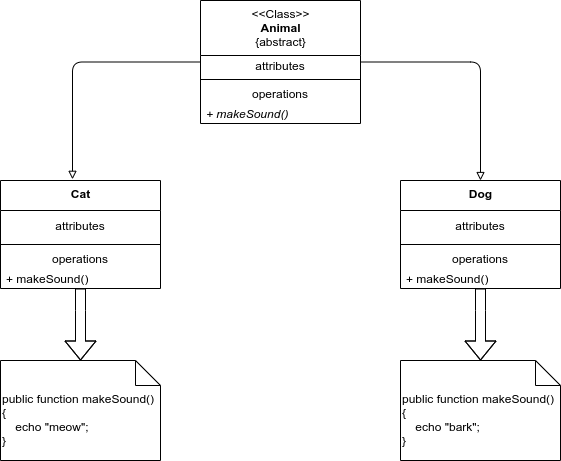
Earlier version of the draw.io export OOP/Polymorphism/Polymorphism.drawio.png (felipeAraujo/uml-schemas). Source tidied: cells renumbered, new cells last; positions are measured from the earlier drawing's top-left corner, leaving out a move shared by most shapes. The source it was exported from:
```xml
<mxGraphModel>
  <root>
    <mxCell id="0" />
    <mxCell id="1" parent="0" />
    <mxCell id="2" style="edgeStyle=orthogonalEdgeStyle;rounded=1;jettySize=auto;html=1;endArrow=block;endFill=0;strokeWidth=1;" parent="1" edge="1" source="4" target="14">
      <mxGeometry relative="1" as="geometry">
        <Array as="points">
          <mxPoint x="480" y="62" />
        </Array>
      </mxGeometry>
    </mxCell>
    <mxCell id="3" style="edgeStyle=orthogonalEdgeStyle;rounded=1;jettySize=auto;html=1;entryX=0.45;entryY=-0.011;entryDx=0;entryDy=0;entryPerimeter=0;endArrow=block;endFill=0;" parent="1" edge="1" source="4" target="9">
      <mxGeometry relative="1" as="geometry" />
    </mxCell>
    <mxCell id="4" value="&amp;lt;&amp;lt;Class&amp;gt;&amp;gt;&lt;br&gt;&lt;b&gt;Animal&lt;/b&gt;&lt;br&gt;{abstract}" style="swimlane;fontStyle=0;align=center;verticalAlign=top;horizontal=1;startSize=55;html=1;" parent="1" vertex="1">
      <mxGeometry x="200" width="160" height="123" as="geometry" />
    </mxCell>
    <mxCell id="5" value="attributes" style="text;html=1;strokeColor=none;fillColor=none;align=center;verticalAlign=middle;spacingLeft=4;spacingRight=4;overflow=hidden;" parent="4" vertex="1">
      <mxGeometry y="55" width="160" height="20" as="geometry" />
    </mxCell>
    <mxCell id="6" style="line;strokeWidth=1;fillColor=none;align=left;verticalAlign=middle;spacingTop=-1;spacingLeft=3;spacingRight=3;labelPosition=right;" parent="4" vertex="1">
      <mxGeometry y="75" width="160" height="8" as="geometry" />
    </mxCell>
    <mxCell id="7" value="operations" style="text;html=1;strokeColor=none;fillColor=none;align=center;verticalAlign=middle;spacingLeft=4;spacingRight=4;overflow=hidden;" parent="4" vertex="1">
      <mxGeometry y="83" width="160" height="20" as="geometry" />
    </mxCell>
    <mxCell id="8" value="&lt;i&gt;+ makeSound()&lt;/i&gt;" style="text;html=1;strokeColor=none;fillColor=none;align=left;verticalAlign=middle;spacingLeft=4;spacingRight=4;overflow=hidden;" parent="4" vertex="1">
      <mxGeometry y="103" width="160" height="20" as="geometry" />
    </mxCell>
    <mxCell id="9" value="&lt;b&gt;Cat&lt;/b&gt;" style="swimlane;fontStyle=0;align=center;verticalAlign=top;horizontal=1;startSize=30;html=1;" parent="1" vertex="1">
      <mxGeometry y="180" width="160" height="108" as="geometry" />
    </mxCell>
    <mxCell id="10" value="attributes" style="text;html=1;strokeColor=none;fillColor=none;align=center;verticalAlign=middle;spacingLeft=4;spacingRight=4;overflow=hidden;" parent="9" vertex="1">
      <mxGeometry y="30" width="160" height="30" as="geometry" />
    </mxCell>
    <mxCell id="11" style="line;strokeWidth=1;fillColor=none;align=left;verticalAlign=middle;spacingTop=-1;spacingLeft=3;spacingRight=3;labelPosition=right;" parent="9" vertex="1">
      <mxGeometry y="60" width="160" height="8" as="geometry" />
    </mxCell>
    <mxCell id="12" value="operations" style="text;html=1;strokeColor=none;fillColor=none;align=center;verticalAlign=middle;spacingLeft=4;spacingRight=4;overflow=hidden;" parent="9" vertex="1">
      <mxGeometry y="68" width="160" height="20" as="geometry" />
    </mxCell>
    <mxCell id="13" value="+ makeSound()" style="text;html=1;strokeColor=none;fillColor=none;align=left;verticalAlign=middle;spacingLeft=4;spacingRight=4;overflow=hidden;points=[[0,0.5],[1,0.5]];portConstraint=eastwest;" parent="9" vertex="1">
      <mxGeometry y="88" width="160" height="20" as="geometry" />
    </mxCell>
    <mxCell id="14" value="&lt;b&gt;Dog&lt;br&gt;&lt;/b&gt;" style="swimlane;fontStyle=0;align=center;verticalAlign=top;horizontal=1;startSize=30;html=1;" parent="1" vertex="1">
      <mxGeometry x="400" y="180" width="160" height="108" as="geometry" />
    </mxCell>
    <mxCell id="15" value="attributes" style="text;html=1;strokeColor=none;fillColor=none;align=center;verticalAlign=middle;spacingLeft=4;spacingRight=4;overflow=hidden;" parent="14" vertex="1">
      <mxGeometry y="30" width="160" height="30" as="geometry" />
    </mxCell>
    <mxCell id="16" style="line;strokeWidth=1;fillColor=none;align=left;verticalAlign=middle;spacingTop=-1;spacingLeft=3;spacingRight=3;labelPosition=right;" parent="14" vertex="1">
      <mxGeometry y="60" width="160" height="8" as="geometry" />
    </mxCell>
    <mxCell id="17" value="operations" style="text;html=1;strokeColor=none;fillColor=none;align=center;verticalAlign=middle;spacingLeft=4;spacingRight=4;overflow=hidden;" parent="14" vertex="1">
      <mxGeometry y="68" width="160" height="20" as="geometry" />
    </mxCell>
    <mxCell id="18" value="+ makeSound()" style="text;html=1;strokeColor=none;fillColor=none;align=left;verticalAlign=middle;spacingLeft=4;spacingRight=4;overflow=hidden;points=[[0,0.5],[1,0.5]];portConstraint=eastwest;" parent="14" vertex="1">
      <mxGeometry y="88" width="160" height="20" as="geometry" />
    </mxCell>
    <mxCell id="19" value="public function makeSound()&lt;br&gt;&lt;div&gt;&lt;span&gt;{&lt;/span&gt;&lt;/div&gt;&lt;div&gt;&lt;span&gt;&amp;nbsp; &amp;nbsp; echo &quot;meow&quot;;&lt;/span&gt;&lt;/div&gt;}" style="shape=note2;boundedLbl=1;whiteSpace=wrap;html=1;size=25;verticalAlign=top;align=left;" parent="1" vertex="1">
      <mxGeometry y="360" width="160" height="100" as="geometry" />
    </mxCell>
    <mxCell id="20" value="public function makeSound()&lt;br&gt;&lt;div&gt;&lt;span&gt;{&lt;/span&gt;&lt;/div&gt;&lt;div&gt;&lt;span&gt;&amp;nbsp; &amp;nbsp; echo &quot;bark&quot;;&lt;/span&gt;&lt;/div&gt;}" style="shape=note2;boundedLbl=1;whiteSpace=wrap;html=1;size=25;verticalAlign=top;align=left;" parent="1" vertex="1">
      <mxGeometry x="400" y="360" width="160" height="100" as="geometry" />
    </mxCell>
    <mxCell id="21" style="edgeStyle=orthogonalEdgeStyle;shape=flexArrow;rounded=1;jettySize=auto;html=1;entryX=0.5;entryY=0;entryDx=0;entryDy=0;entryPerimeter=0;endArrow=block;endFill=0;strokeWidth=1;fillColor=#ffffff;" parent="1" edge="1" source="13" target="19">
      <mxGeometry relative="1" as="geometry">
        <Array as="points">
          <mxPoint x="80" y="310" />
          <mxPoint x="80" y="310" />
        </Array>
      </mxGeometry>
    </mxCell>
    <mxCell id="22" style="edgeStyle=orthogonalEdgeStyle;shape=flexArrow;rounded=1;jettySize=auto;html=1;endArrow=block;endFill=0;strokeWidth=1;fillColor=#ffffff;" parent="1" edge="1" source="18" target="20">
      <mxGeometry relative="1" as="geometry">
        <Array as="points">
          <mxPoint x="480" y="310" />
          <mxPoint x="480" y="310" />
        </Array>
      </mxGeometry>
    </mxCell>
  </root>
</mxGraphModel>
```
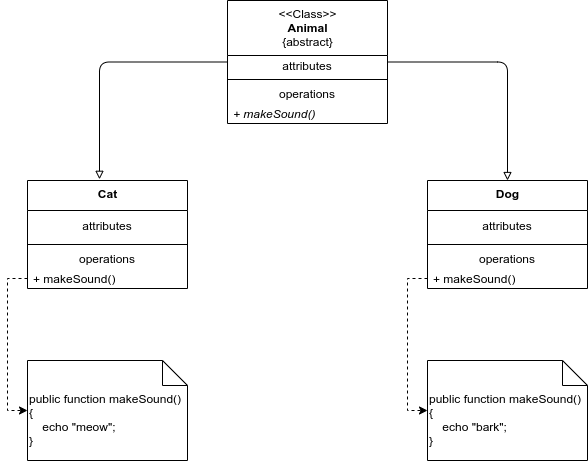
The same diagram one commit later.

Commit message:
0001 - Some OOP UML schemas

Change to the diagram source:
```diff
@@ -63,21 +63,11 @@
     <mxCell id="20" value="public function makeSound()&lt;br&gt;&lt;div&gt;&lt;span&gt;{&lt;/span&gt;&lt;/div&gt;&lt;div&gt;&lt;span&gt;&amp;nbsp; &amp;nbsp; echo &quot;bark&quot;;&lt;/span&gt;&lt;/div&gt;}" style="shape=note2;boundedLbl=1;whiteSpace=wrap;html=1;size=25;verticalAlign=top;align=left;" parent="1" vertex="1">
       <mxGeometry x="400" y="360" width="160" height="100" as="geometry" />
     </mxCell>
-    <mxCell id="21" style="edgeStyle=orthogonalEdgeStyle;shape=flexArrow;rounded=1;jettySize=auto;html=1;entryX=0.5;entryY=0;entryDx=0;entryDy=0;entryPerimeter=0;endArrow=block;endFill=0;strokeWidth=1;fillColor=#ffffff;" parent="1" edge="1" source="13" target="19">
-      <mxGeometry relative="1" as="geometry">
-        <Array as="points">
-          <mxPoint x="80" y="310" />
-          <mxPoint x="80" y="310" />
-        </Array>
-      </mxGeometry>
+    <mxCell id="21" style="edgeStyle=orthogonalEdgeStyle;rounded=0;jettySize=auto;html=1;dashed=1;entryX=0;entryY=0.5;entryDx=0;entryDy=0;entryPerimeter=0;" parent="1" edge="1" source="13" target="19">
+      <mxGeometry relative="1" as="geometry" />
     </mxCell>
-    <mxCell id="22" style="edgeStyle=orthogonalEdgeStyle;shape=flexArrow;rounded=1;jettySize=auto;html=1;endArrow=block;endFill=0;strokeWidth=1;fillColor=#ffffff;" parent="1" edge="1" source="18" target="20">
-      <mxGeometry relative="1" as="geometry">
-        <Array as="points">
-          <mxPoint x="480" y="310" />
-          <mxPoint x="480" y="310" />
-        </Array>
-      </mxGeometry>
+    <mxCell id="22" style="edgeStyle=orthogonalEdgeStyle;rounded=0;jettySize=auto;html=1;dashed=1;entryX=0;entryY=0.5;entryDx=0;entryDy=0;entryPerimeter=0;" parent="1" edge="1" source="18" target="20">
+      <mxGeometry relative="1" as="geometry" />
     </mxCell>
   </root>
 </mxGraphModel>
```
